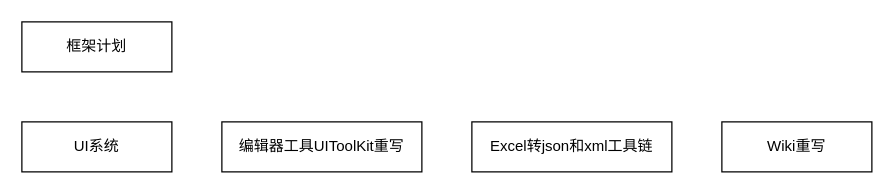
Above: page "框架计划" (3 of 3) of 框架设计流程图.drawio in Josh-Jun/UnityAppFramework (draw.io), before the change. Source tidied: cells renumbered, new cells numbered last; positions are measured from the earlier drawing's top-left corner, leaving out a move shared by most shapes. Both pictures are drawn from the tidied source at 125%, with x=0, y=0 at pixel (21, 21).
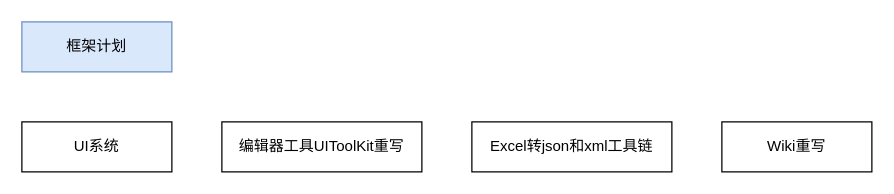
The same diagram, later.

Commit message:
更新框架设计流程图.drawio

Change to the diagram source:
```diff
@@
 <mxGraphModel>
   <root>
     <mxCell id="0" />
     <mxCell id="1" parent="0" />
-    <mxCell id="2" value="框架计划" style="rounded=0;whiteSpace=wrap;html=1;" parent="1" vertex="1">
+    <mxCell id="2" value="框架计划" style="rounded=0;whiteSpace=wrap;html=1;fillColor=#dae8fc;strokeColor=#6c8ebf;" parent="1" vertex="1">
       <mxGeometry width="120" height="40" as="geometry" />
     </mxCell>
     <mxCell id="3" value="UI系统" style="rounded=0;whiteSpace=wrap;html=1;" parent="1" vertex="1">
       <mxGeometry y="80" width="120" height="40" as="geometry" />
     </mxCell>
     <mxCell id="4" value="编辑器工具UIToolKit重写" style="rounded=0;whiteSpace=wrap;html=1;" parent="1" vertex="1">
       <mxGeometry x="160" y="80" width="160" height="40" as="geometry" />
     </mxCell>
     <mxCell id="5" value="Excel转json和xml工具链" style="rounded=0;whiteSpace=wrap;html=1;" parent="1" vertex="1">
       <mxGeometry x="360" y="80" width="160" height="40" as="geometry" />
     </mxCell>
     <mxCell id="6" value="Wiki重写" style="rounded=0;whiteSpace=wrap;html=1;" parent="1" vertex="1">
       <mxGeometry x="560" y="80" width="120" height="40" as="geometry" />
     </mxCell>
   </root>
 </mxGraphModel>
```
